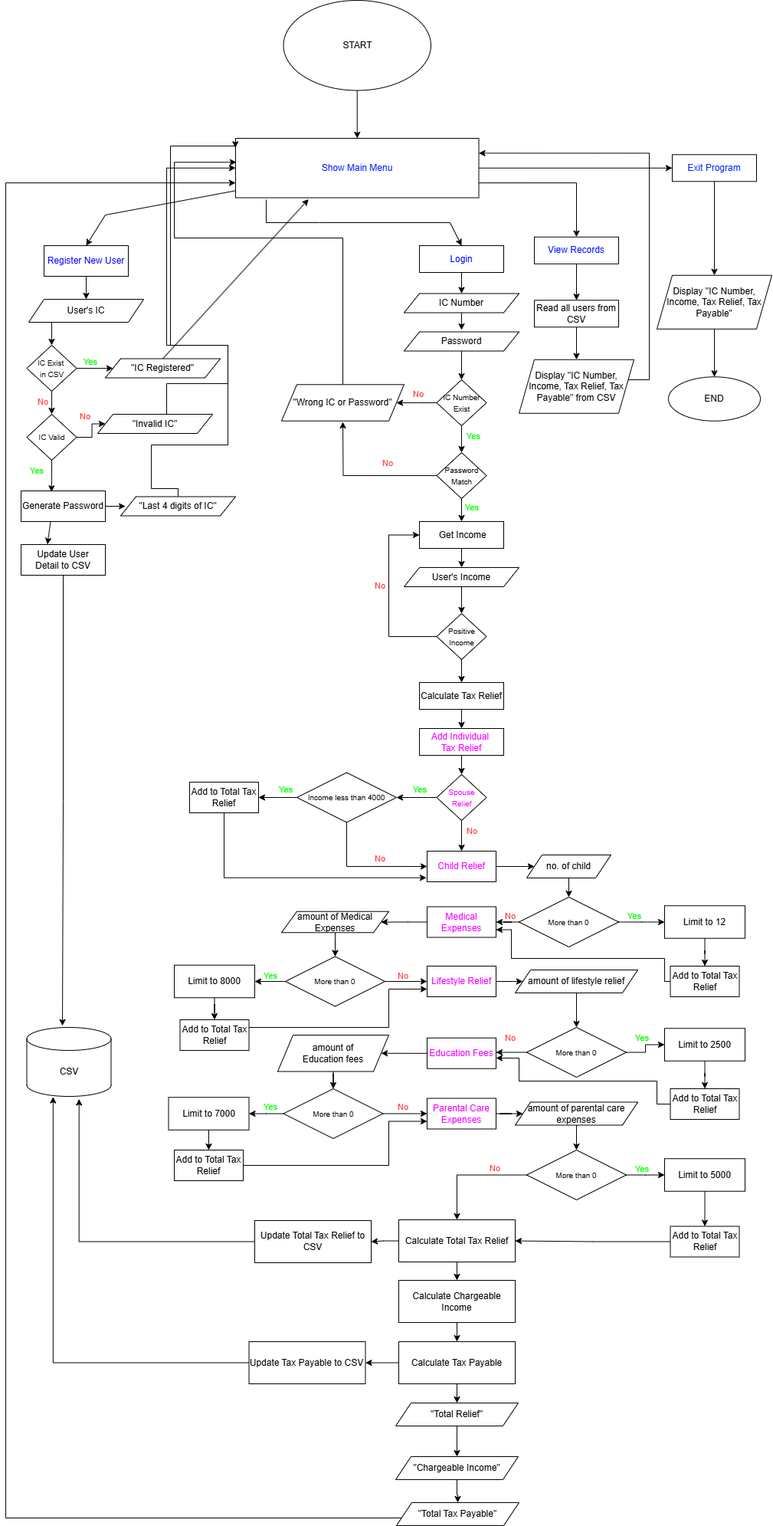
Before: IndPro_302233 FlowChart.drawio.png, a diagram exported from draw.io (LeeJiaHeng302233/Individual-Project). Source tidied: cells renumbered, new cells last; positions are measured from the earlier drawing's top-left corner, leaving out a move shared by most shapes.
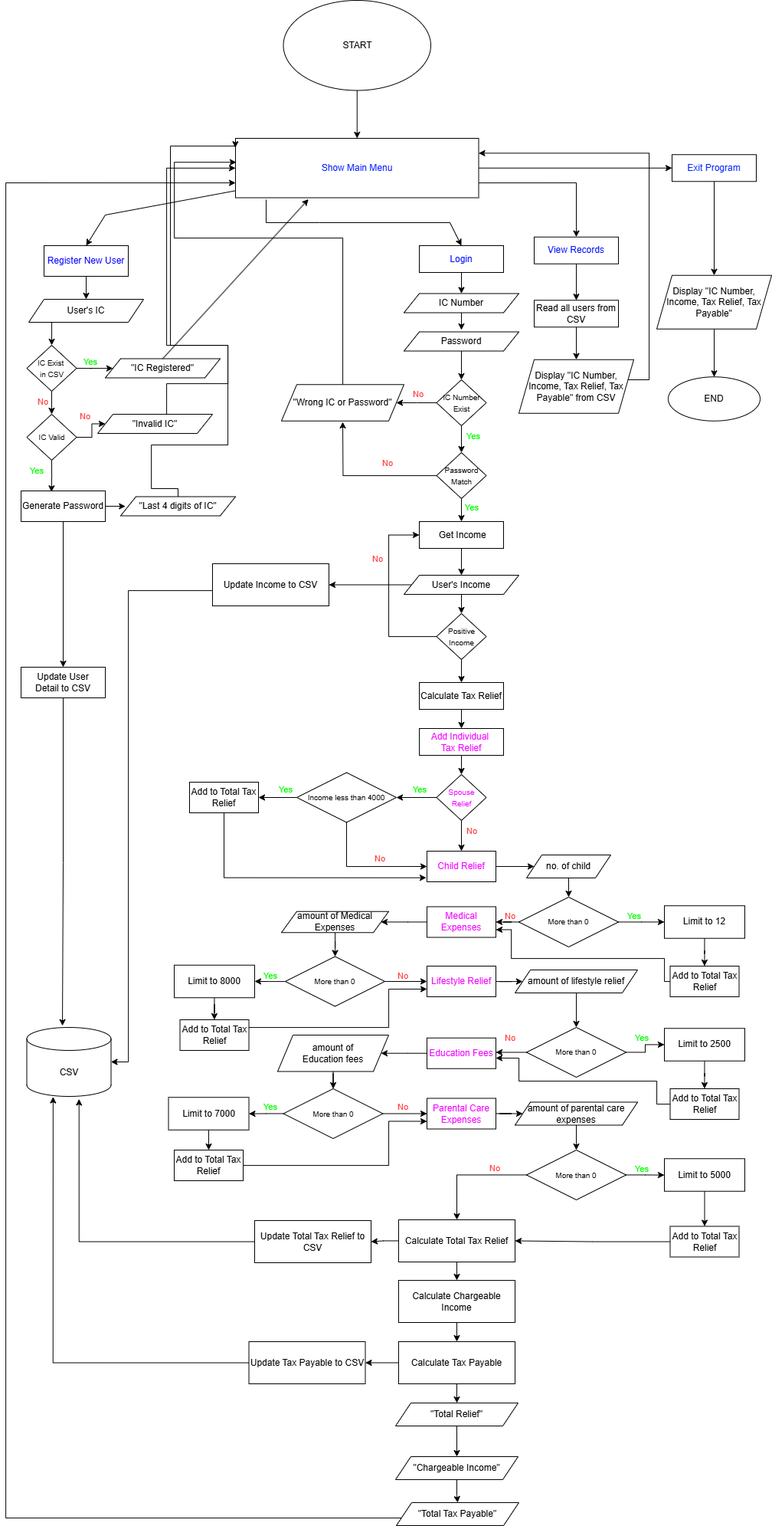
After the change.

Change to the diagram source:
```diff
@@ -93,6 +93,9 @@
     <mxCell id="25" value="&quot;Invalid IC&quot;" style="shape=parallelogram;perimeter=parallelogramPerimeter;whiteSpace=wrap;html=1;fixedSize=1;" parent="1" vertex="1">
       <mxGeometry x="120" y="540" width="150" height="25" as="geometry" />
     </mxCell>
+    <mxCell id="29" style="edgeStyle=orthogonalEdgeStyle;rounded=0;jettySize=auto;html=1;" parent="1" edge="1" source="26" target="28">
+      <mxGeometry relative="1" as="geometry" />
+    </mxCell>
     <mxCell id="26" value="Generate Password" style="rounded=0;whiteSpace=wrap;html=1;" parent="1" vertex="1">
       <mxGeometry x="20" y="640" width="110" height="40" as="geometry" />
     </mxCell>
@@ -100,11 +103,8 @@
       <mxGeometry relative="1" as="geometry" />
     </mxCell>
     <mxCell id="28" value="Update User Detail&lt;span style=&quot;background-color: transparent; color: light-dark(rgb(0, 0, 0), rgb(255, 255, 255));&quot;&gt;&amp;nbsp;to CSV&lt;/span&gt;" style="rounded=0;whiteSpace=wrap;html=1;" parent="1" vertex="1">
-      <mxGeometry x="20" y="710" width="110" height="40" as="geometry" />
+      <mxGeometry x="20" y="870" width="110" height="40" as="geometry" />
     </mxCell>
-    <mxCell id="29" style="endArrow=classic;html=1;rounded=0;entryX=0.313;entryY=-0.006;entryDx=0;entryDy=0;entryPerimeter=0;exitX=0.35;exitY=1;exitDx=0;exitDy=0;exitPerimeter=0;" parent="1" edge="1" source="26" target="28">
-      <mxGeometry relative="1" as="geometry" />
-    </mxCell>
     <mxCell id="30" style="edgeStyle=orthogonalEdgeStyle;rounded=0;jettySize=auto;html=1;exitX=0.5;exitY=0;exitDx=0;exitDy=0;entryX=-0.001;entryY=0.158;entryDx=0;entryDy=0;entryPerimeter=0;" parent="1" edge="1" source="31" target="6">
       <mxGeometry relative="1" as="geometry">
         <Array as="points">
@@ -190,8 +190,11 @@
         <mxPoint x="595" y="800" as="targetPoint" />
       </mxGeometry>
     </mxCell>
+    <mxCell id="171" style="edgeStyle=orthogonalEdgeStyle;rounded=0;jettySize=auto;html=1;entryX=1;entryY=0.5;entryDx=0;entryDy=0;" parent="1" edge="1" source="50" target="173">
+      <mxGeometry relative="1" as="geometry" />
+    </mxCell>
     <mxCell id="50" value="User's Income" style="shape=parallelogram;perimeter=parallelogramPerimeter;whiteSpace=wrap;html=1;fixedSize=1;" parent="1" vertex="1">
-      <mxGeometry x="520" y="740" width="150" height="25" as="geometry" />
+      <mxGeometry x="520" y="750" width="150" height="25" as="geometry" />
     </mxCell>
     <mxCell id="51" style="edgeStyle=orthogonalEdgeStyle;rounded=0;jettySize=auto;html=1;entryX=0;entryY=0.5;entryDx=0;entryDy=0;" parent="1" edge="1" source="53" target="48">
       <mxGeometry relative="1" as="geometry">
@@ -208,7 +211,7 @@
       <mxGeometry x="562.5" y="800" width="65" height="60" as="geometry" />
     </mxCell>
     <mxCell id="54" value="&lt;span style=&quot;font-family: Helvetica; font-size: 11px; font-style: normal; font-variant-ligatures: normal; font-variant-caps: normal; font-weight: 400; letter-spacing: normal; orphans: 2; text-align: center; text-indent: 0px; text-transform: none; widows: 2; word-spacing: 0px; -webkit-text-stroke-width: 0px; white-space: nowrap; text-decoration-thickness: initial; text-decoration-style: initial; text-decoration-color: initial; float: none; display: inline !important;&quot;&gt;&lt;font style=&quot;color: light-dark(rgb(255, 51, 51), rgb(255, 0, 0));&quot;&gt;No&lt;/font&gt;&lt;/span&gt;" style="text;whiteSpace=wrap;html=1;" parent="1" vertex="1">
-      <mxGeometry x="480" y="750" width="20" height="20" as="geometry" />
+      <mxGeometry x="477" y="715" width="20" height="20" as="geometry" />
     </mxCell>
     <mxCell id="55" style="edgeStyle=orthogonalEdgeStyle;rounded=0;jettySize=auto;html=1;" parent="1" edge="1" source="56">
       <mxGeometry relative="1" as="geometry">
@@ -603,5 +606,16 @@
     <mxCell id="170" style="edgeStyle=orthogonalEdgeStyle;rounded=0;jettySize=auto;html=1;entryX=0.62;entryY=1.038;entryDx=0;entryDy=0;entryPerimeter=0;" parent="1" edge="1" source="132" target="167">
       <mxGeometry relative="1" as="geometry" />
     </mxCell>
+    <mxCell id="172" style="edgeStyle=orthogonalEdgeStyle;rounded=0;jettySize=auto;html=1;" parent="1" edge="1" source="173" target="167">
+      <mxGeometry relative="1" as="geometry">
+        <Array as="points">
+          <mxPoint x="160" y="770" />
+          <mxPoint x="160" y="1385" />
+        </Array>
+      </mxGeometry>
+    </mxCell>
+    <mxCell id="173" value="Update Income to CSV" style="rounded=0;whiteSpace=wrap;html=1;" parent="1" vertex="1">
+      <mxGeometry x="270" y="735" width="152" height="55" as="geometry" />
+    </mxCell>
   </root>
 </mxGraphModel>
```
